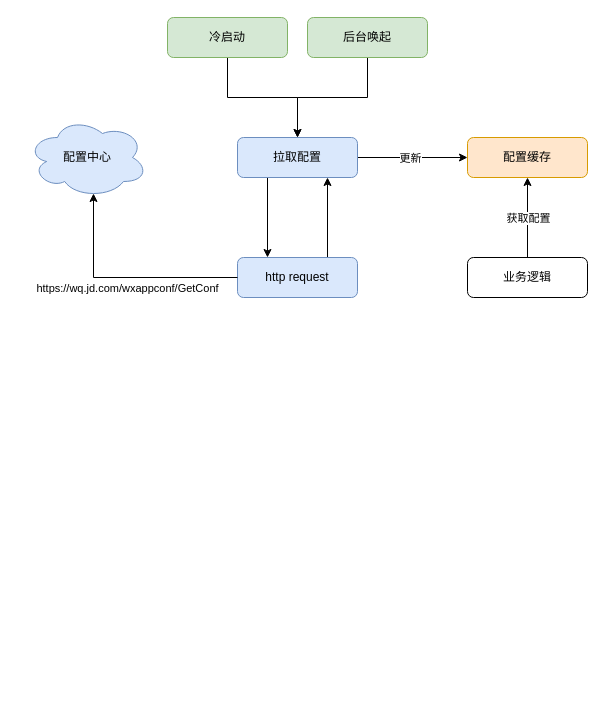
This is 配置中心.drawio from baosiqing/draw, a draw.io file, before an edit. Source tidied: cells renumbered, new cells numbered last; positions are measured from the earlier drawing's top-left corner, leaving out a move shared by most shapes. Both pictures are drawn from the tidied source at 100%, with x=0, y=0 at pixel (27, 17).
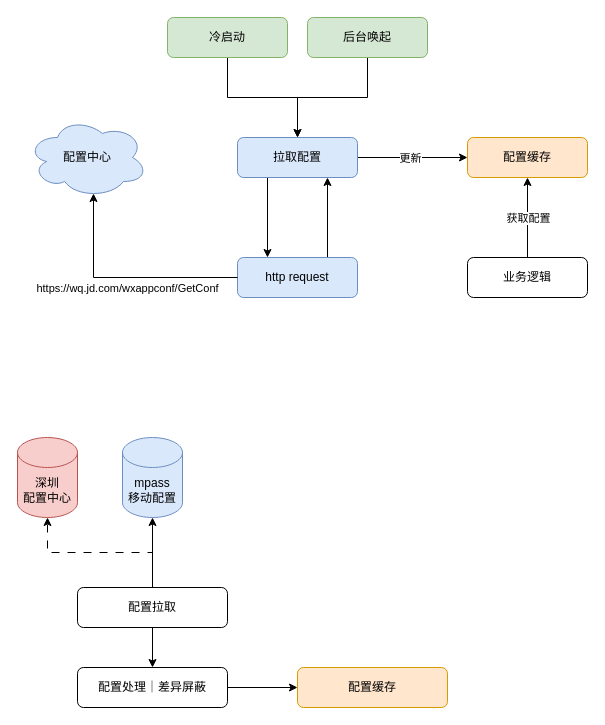
Above is the later version.

Commit message:
更新配置中心.drawio

What changed in the source:
```diff
@@
+    <mxCell id="19" value="深圳&lt;br&gt;配置中心" style="shape=cylinder3;whiteSpace=wrap;html=1;boundedLbl=1;backgroundOutline=1;size=15;shadow=0;fillColor=#f8cecc;strokeColor=#b85450;" parent="1" vertex="1">
+      <mxGeometry x="-10" y="420" width="60" height="80" as="geometry" />
+    </mxCell>
+    <mxCell id="20" value="mpass&lt;br&gt;移动配置" style="shape=cylinder3;whiteSpace=wrap;html=1;boundedLbl=1;backgroundOutline=1;size=15;fillColor=#dae8fc;strokeColor=#6c8ebf;" parent="1" vertex="1">
+      <mxGeometry x="95" y="420" width="60" height="80" as="geometry" />
+    </mxCell>
+    <mxCell id="21" style="edgeStyle=orthogonalEdgeStyle;rounded=0;jettySize=auto;html=1;exitX=0.5;exitY=1;exitDx=0;exitDy=0;entryX=0.5;entryY=0;entryDx=0;entryDy=0;" parent="1" edge="1" source="22" target="26">
+      <mxGeometry relative="1" as="geometry" />
+    </mxCell>
+    <mxCell id="22" value="配置拉取" style="rounded=1;whiteSpace=wrap;html=1;" parent="1" vertex="1">
+      <mxGeometry x="50" y="570" width="150" height="40" as="geometry" />
+    </mxCell>
+    <mxCell id="23" style="edgeStyle=orthogonalEdgeStyle;rounded=0;jettySize=auto;html=1;exitX=0.5;exitY=0;exitDx=0;exitDy=0;entryX=0.5;entryY=1;entryDx=0;entryDy=0;entryPerimeter=0;dashed=1;dashPattern=8 8;shadow=0;" parent="1" edge="1" source="22" target="19">
+      <mxGeometry relative="1" as="geometry" />
+    </mxCell>
+    <mxCell id="24" style="edgeStyle=orthogonalEdgeStyle;rounded=0;jettySize=auto;html=1;exitX=0.5;exitY=0;exitDx=0;exitDy=0;entryX=0.5;entryY=1;entryDx=0;entryDy=0;entryPerimeter=0;" parent="1" edge="1" source="22" target="20">
+      <mxGeometry relative="1" as="geometry" />
+    </mxCell>
+    <mxCell id="25" style="edgeStyle=orthogonalEdgeStyle;rounded=0;jettySize=auto;html=1;exitX=1;exitY=0.5;exitDx=0;exitDy=0;" parent="1" edge="1" source="26" target="27">
+      <mxGeometry relative="1" as="geometry" />
+    </mxCell>
+    <mxCell id="26" value="配置处理｜差异屏蔽" style="rounded=1;whiteSpace=wrap;html=1;" parent="1" vertex="1">
+      <mxGeometry x="50" y="650" width="150" height="40" as="geometry" />
+    </mxCell>
+    <mxCell id="27" value="配置缓存" style="rounded=1;whiteSpace=wrap;html=1;fillColor=#ffe6cc;strokeColor=#d79b00;" parent="1" vertex="1">
+      <mxGeometry x="270" y="650" width="150" height="40" as="geometry" />
+    </mxCell>
```
